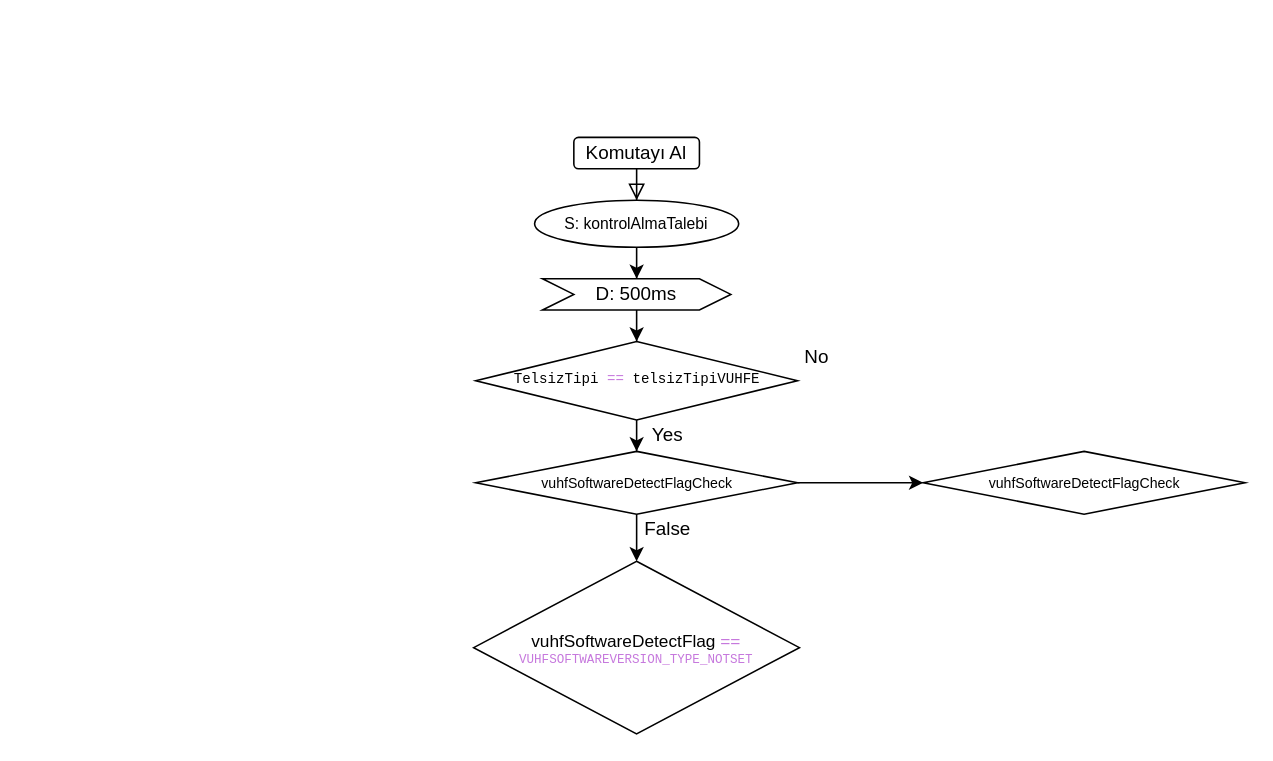
This is Untitled Diagram.drawio from eembetul/u8glib, a draw.io file, before an edit. Source tidied: cells renumbered, new cells numbered last; positions are measured from the earlier drawing's top-left corner, leaving out a move shared by most shapes. Both pictures are drawn from the tidied source at 157%, with x=0, y=0 at pixel (473, 137).
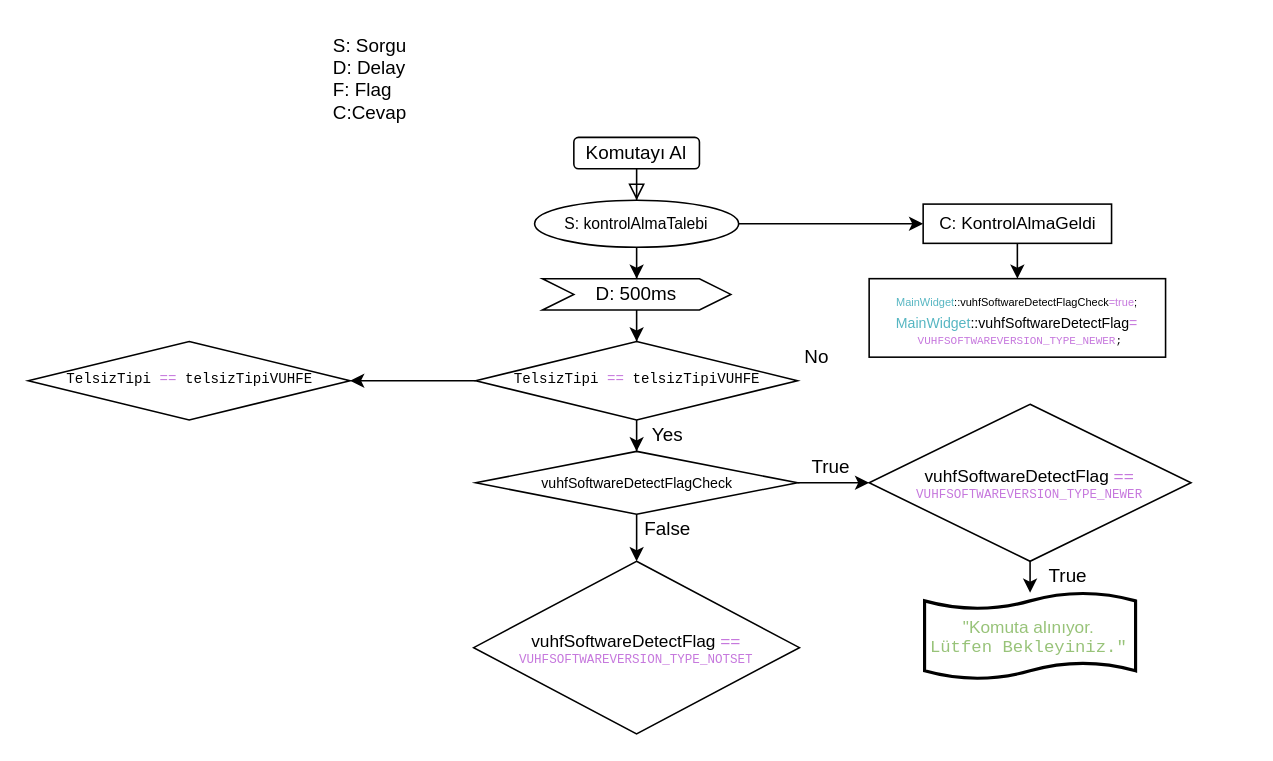
Above is the later version.

The change refers to these unchanged cells:
```xml
<mxCell id="5" value="&lt;font style=&quot;font-size: 10px&quot;&gt;S: kontrolAlmaTalebi&lt;/font&gt;" style="ellipse;whiteSpace=wrap;html=1;" parent="1" vertex="1">
  <mxGeometry x="39" y="40" width="130" height="30" as="geometry" />
</mxCell>
<mxCell id="9" value="&lt;pre style=&quot;margin: 0px ; text-indent: 0px ; font-size: 9px&quot;&gt;TelsizTipi &lt;span style=&quot;color: #c678dd&quot;&gt;==&lt;/span&gt; telsizTipiVUHFE&lt;/pre&gt;" style="rhombus;whiteSpace=wrap;html=1;" parent="1" vertex="1">
  <mxGeometry x="1.5" y="130" width="205" height="50" as="geometry" />
</mxCell>
```

Diff of the diagram source:
```diff
@@
+    <mxCell id="18" style="edgeStyle=orthogonalEdgeStyle;rounded=0;jettySize=auto;html=1;" parent="1" edge="1" source="5" target="24">
+      <mxGeometry relative="1" as="geometry" />
+    </mxCell>
@@
+    <mxCell id="19" style="edgeStyle=orthogonalEdgeStyle;rounded=0;jettySize=auto;html=1;" parent="1" edge="1" source="9" target="28">
+      <mxGeometry relative="1" as="geometry" />
+    </mxCell>
@@
+    <mxCell id="20" style="edgeStyle=orthogonalEdgeStyle;rounded=0;jettySize=auto;html=1;" parent="1" edge="1" source="17" target="26">
+      <mxGeometry relative="1" as="geometry" />
+    </mxCell>
-    <mxCell id="17" value="&lt;font style=&quot;font-size: 9px&quot;&gt;vuhfSoftwareDetectFlagCheck&lt;/font&gt;" style="rhombus;whiteSpace=wrap;html=1;" parent="1" vertex="1">
-      <mxGeometry x="286.5" y="200" width="205" height="40" as="geometry" />
+    <mxCell id="17" value="&lt;font style=&quot;font-size: 11px&quot;&gt;&lt;font style=&quot;font-size: 11px&quot;&gt;vuhfSoftwareDetectFlag &lt;span style=&quot;color: #c678dd&quot;&gt;==&lt;/span&gt; &lt;span style=&quot;color: #c678dd&quot;&gt;&lt;/span&gt;&lt;/font&gt;&lt;br&gt;&lt;span style=&quot;color: #c678dd&quot;&gt;&lt;/span&gt;&lt;/font&gt;&lt;pre style=&quot;margin: 0px ; text-indent: 0px ; font-size: 8px&quot;&gt;&lt;font style=&quot;font-size: 8px&quot;&gt;&lt;span style=&quot;color: #c678dd&quot;&gt;VUHFSOFTWAREVERSION_TYPE_NEWER&lt;/span&gt;&lt;/font&gt;&lt;/pre&gt;" style="rhombus;whiteSpace=wrap;html=1;" parent="1" vertex="1">
+      <mxGeometry x="252.1" y="170" width="205" height="100" as="geometry" />
     </mxCell>
+    <mxCell id="21" value="True" style="text;html=1;strokeColor=none;fillColor=none;align=center;verticalAlign=middle;whiteSpace=wrap;rounded=0;" parent="1" vertex="1">
+      <mxGeometry x="207.8" y="200" width="40" height="20" as="geometry" />
+    </mxCell>
+    <mxCell id="22" value="&lt;div align=&quot;left&quot;&gt;S: Sorgu&lt;br&gt;D: Delay&lt;br&gt;F: Flag&lt;br&gt;&lt;/div&gt;&lt;div align=&quot;left&quot;&gt;C:Cevap&lt;/div&gt;&lt;div align=&quot;left&quot;&gt;&lt;br&gt;&lt;/div&gt;" style="text;html=1;align=left;verticalAlign=middle;" parent="1" vertex="1">
+      <mxGeometry x="-91" y="-70" width="70" height="80" as="geometry" />
+    </mxCell>
+    <mxCell id="23" style="edgeStyle=orthogonalEdgeStyle;rounded=0;jettySize=auto;html=1;" parent="1" edge="1" source="24" target="25">
+      <mxGeometry relative="1" as="geometry" />
+    </mxCell>
+    <mxCell id="24" value="&lt;font style=&quot;font-size: 11px&quot;&gt;C: KontrolAlmaGeldi&lt;/font&gt;" style="whiteSpace=wrap;html=1;" parent="1" vertex="1">
+      <mxGeometry x="286.5" y="42.5" width="120" height="25" as="geometry" />
+    </mxCell>
+    <mxCell id="25" value="&lt;font style=&quot;font-size: 7px&quot;&gt;&lt;span style=&quot;color: #56b6c2&quot;&gt;MainWidget&lt;/span&gt;::vuhfSoftwareDetectFlagCheck&lt;span style=&quot;color: #c678dd&quot;&gt;=&lt;/span&gt;&lt;span style=&quot;color: #c678dd&quot;&gt;true&lt;/span&gt;;&lt;/font&gt;&lt;font style=&quot;font-size: 9px&quot;&gt;&lt;span style=&quot;color: #56b6c2&quot;&gt;&lt;br&gt;MainWidget&lt;/span&gt;::vuhfSoftwareDetectFlag&lt;span style=&quot;color: #c678dd&quot;&gt;=&lt;/span&gt;&lt;/font&gt;&lt;br&gt;&lt;pre style=&quot;margin: 0px ; text-indent: 0px ; font-size: 7px&quot;&gt;&lt;font style=&quot;font-size: 7px&quot;&gt; &lt;span style=&quot;color: #c678dd&quot;&gt;VUHFSOFTWAREVERSION_TYPE_NEWER&lt;/span&gt;;&lt;/font&gt;&lt;/pre&gt;" style="whiteSpace=wrap;html=1;" parent="1" vertex="1">
+      <mxGeometry x="252.1" y="90" width="188.8" height="50" as="geometry" />
+    </mxCell>
+    <mxCell id="26" value="&lt;font style=&quot;font-size: 11px&quot;&gt;&lt;span style=&quot;color: #98c379&quot;&gt;&quot;Komuta&lt;/span&gt; &lt;span style=&quot;color: #98c379&quot;&gt;alınıyor.&lt;/span&gt;&lt;/font&gt;&lt;br&gt;&lt;font style=&quot;font-size: 11px&quot;&gt;&lt;span style=&quot;color: #98c379&quot;&gt;&lt;/span&gt;&lt;/font&gt;&lt;pre style=&quot;margin: 0px ; text-indent: 0px ; font-size: 11px&quot;&gt;&lt;font style=&quot;font-size: 11px&quot;&gt;&lt;span style=&quot;color: #98c379&quot;&gt;Lütfen&lt;/span&gt; &lt;span style=&quot;color: #98c379&quot;&gt;Bekleyiniz.&quot;&lt;/span&gt;&lt;/font&gt;&lt;/pre&gt;" style="shape=tape;whiteSpace=wrap;html=1;strokeWidth=2;size=0.19;" parent="1" vertex="1">
+      <mxGeometry x="287.4" y="290" width="134.4" height="55" as="geometry" />
+    </mxCell>
+    <mxCell id="27" value="True" style="text;html=1;strokeColor=none;fillColor=none;align=center;verticalAlign=middle;whiteSpace=wrap;rounded=0;" parent="1" vertex="1">
+      <mxGeometry x="359" y="270" width="40" height="20" as="geometry" />
+    </mxCell>
+    <mxCell id="28" value="&lt;pre style=&quot;margin: 0px ; text-indent: 0px ; font-size: 9px&quot;&gt;TelsizTipi &lt;span style=&quot;color: #c678dd&quot;&gt;==&lt;/span&gt; telsizTipiVUHFE&lt;/pre&gt;" style="rhombus;whiteSpace=wrap;html=1;" parent="1" vertex="1">
+      <mxGeometry x="-283.5" y="130" width="205" height="50" as="geometry" />
+    </mxCell>
```
